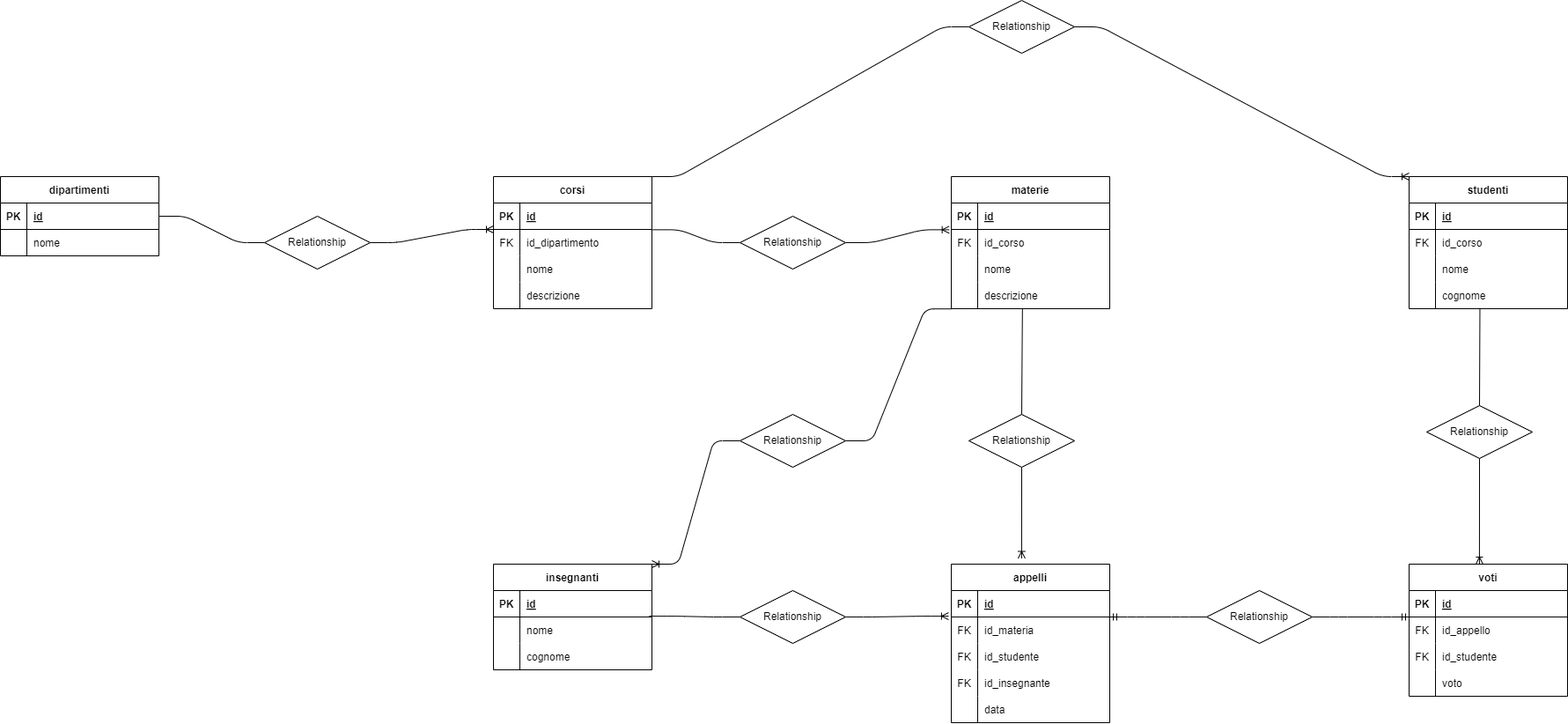
The draw.io diagram schema.png in deca-francesco/db-university, before a commit. Source tidied: cells renumbered, new cells last; positions are measured from the earlier drawing's top-left corner, leaving out a move shared by most shapes.
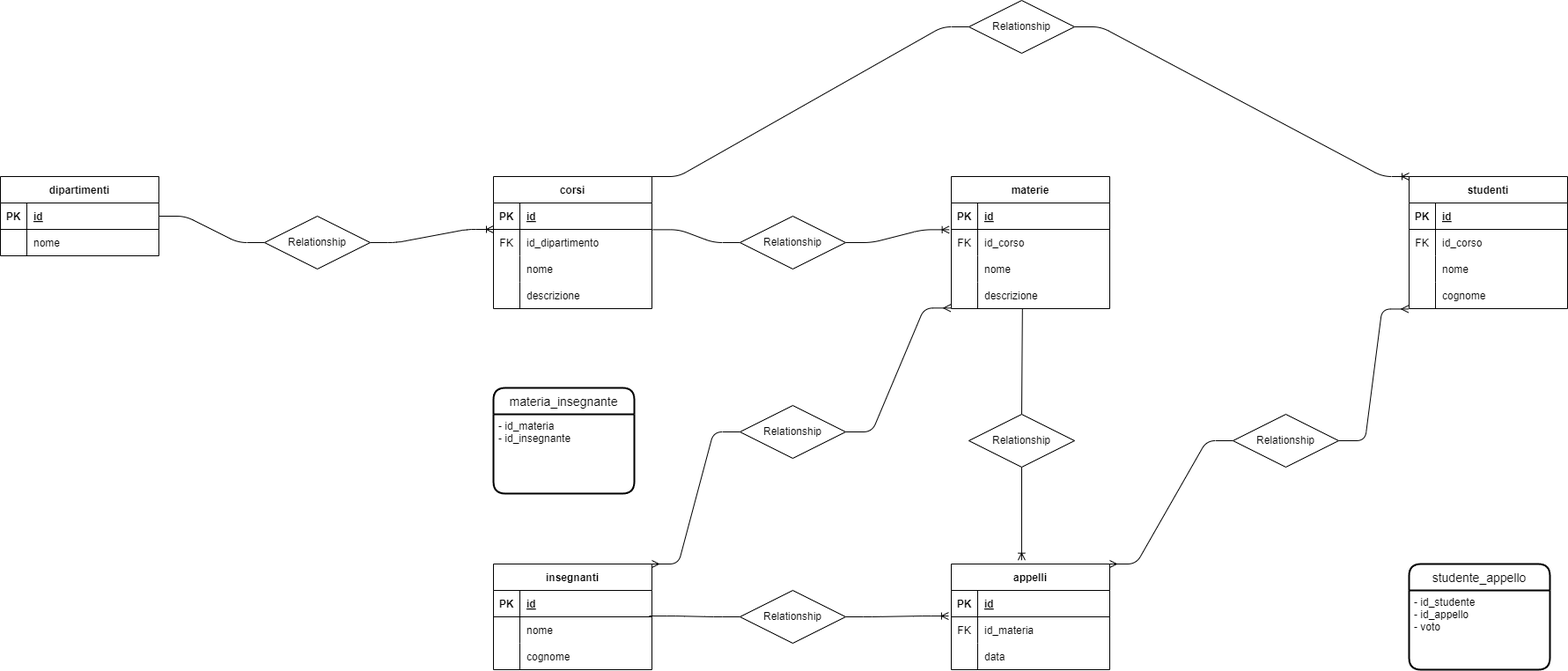
After the commit.

Change to the diagram source:
```diff
@@ -131,47 +131,8 @@
     <mxCell id="44" value="cognome" style="shape=partialRectangle;fillColor=none;top=0;left=0;bottom=0;right=0;align=left;spacingLeft=6;overflow=hidden;" parent="42" vertex="1">
       <mxGeometry x="30" width="150" height="30" as="geometry" />
     </mxCell>
-    <mxCell id="45" value="voti" style="shape=table;startSize=30;rowLines=0;fontStyle=1;align=center;" parent="1" vertex="1">
-      <mxGeometry x="1600" y="640" width="180" height="150" as="geometry" />
-    </mxCell>
-    <mxCell id="46" style="shape=tableRow;horizontal=0;startSize=0;swimlaneHead=0;swimlaneBody=0;fillColor=none;top=0;left=0;right=0;bottom=1;" parent="45" vertex="1">
-      <mxGeometry y="30" width="180" height="30" as="geometry" />
-    </mxCell>
-    <mxCell id="47" value="PK" style="shape=partialRectangle;fillColor=none;top=0;left=0;bottom=0;right=0;fontStyle=1;overflow=hidden;" parent="46" vertex="1">
-      <mxGeometry width="30" height="30" as="geometry" />
-    </mxCell>
-    <mxCell id="48" value="id" style="shape=partialRectangle;fillColor=none;top=0;left=0;bottom=0;right=0;align=left;spacingLeft=6;fontStyle=5;overflow=hidden;" parent="46" vertex="1">
-      <mxGeometry x="30" width="150" height="30" as="geometry" />
-    </mxCell>
-    <mxCell id="49" style="shape=tableRow;horizontal=0;startSize=0;swimlaneHead=0;swimlaneBody=0;fillColor=none;points=[[0,0.5],[1,0.5]];portConstraint=eastwest;top=0;left=0;right=0;bottom=0;" parent="45" vertex="1">
-      <mxGeometry y="60" width="180" height="30" as="geometry" />
-    </mxCell>
-    <mxCell id="50" value="FK" style="shape=partialRectangle;fillColor=none;top=0;left=0;bottom=0;right=0;overflow=hidden;" parent="49" vertex="1">
-      <mxGeometry width="30" height="30" as="geometry" />
-    </mxCell>
-    <mxCell id="51" value="id_appello" style="shape=partialRectangle;fillColor=none;top=0;left=0;bottom=0;right=0;align=left;spacingLeft=6;overflow=hidden;" parent="49" vertex="1">
-      <mxGeometry x="30" width="150" height="30" as="geometry" />
-    </mxCell>
-    <mxCell id="52" style="shape=tableRow;horizontal=0;startSize=0;swimlaneHead=0;swimlaneBody=0;fillColor=none;top=0;left=0;right=0;bottom=0;" parent="45" vertex="1">
-      <mxGeometry y="90" width="180" height="30" as="geometry" />
-    </mxCell>
-    <mxCell id="53" value="FK" style="shape=partialRectangle;fillColor=none;top=0;left=0;bottom=0;right=0;overflow=hidden;" parent="52" vertex="1">
-      <mxGeometry width="30" height="30" as="geometry" />
-    </mxCell>
-    <mxCell id="54" value="id_studente" style="shape=partialRectangle;fillColor=none;top=0;left=0;bottom=0;right=0;align=left;spacingLeft=6;overflow=hidden;" parent="52" vertex="1">
-      <mxGeometry x="30" width="150" height="30" as="geometry" />
-    </mxCell>
-    <mxCell id="55" style="shape=tableRow;horizontal=0;startSize=0;swimlaneHead=0;swimlaneBody=0;fillColor=none;top=0;left=0;right=0;bottom=0;" parent="45" vertex="1">
-      <mxGeometry y="120" width="180" height="30" as="geometry" />
-    </mxCell>
-    <mxCell id="56" style="shape=partialRectangle;fillColor=none;top=0;left=0;bottom=0;right=0;overflow=hidden;" parent="55" vertex="1">
-      <mxGeometry width="30" height="30" as="geometry" />
-    </mxCell>
-    <mxCell id="57" value="voto" style="shape=partialRectangle;fillColor=none;top=0;left=0;bottom=0;right=0;align=left;spacingLeft=6;overflow=hidden;" parent="55" vertex="1">
-      <mxGeometry x="30" width="150" height="30" as="geometry" />
-    </mxCell>
     <mxCell id="58" value="appelli" style="shape=table;startSize=30;rowLines=0;fontStyle=1;align=center;" parent="1" vertex="1">
-      <mxGeometry x="1080" y="640" width="180" height="180" as="geometry" />
+      <mxGeometry x="1080" y="640" width="180" height="120" as="geometry" />
     </mxCell>
     <mxCell id="59" style="shape=tableRow;horizontal=0;startSize=0;swimlaneHead=0;swimlaneBody=0;fillColor=none;points=[[0,0.5],[1,0.5]];portConstraint=eastwest;top=0;left=0;right=0;bottom=1;" parent="58" vertex="1">
       <mxGeometry y="30" width="180" height="30" as="geometry" />
@@ -191,26 +152,8 @@
     <mxCell id="64" value="id_materia" style="shape=partialRectangle;fillColor=none;top=0;left=0;bottom=0;right=0;align=left;spacingLeft=6;overflow=hidden;" parent="62" vertex="1">
       <mxGeometry x="30" width="150" height="30" as="geometry" />
     </mxCell>
-    <mxCell id="65" style="shape=tableRow;horizontal=0;startSize=0;swimlaneHead=0;swimlaneBody=0;fillColor=none;top=0;left=0;right=0;bottom=0;" parent="58" vertex="1">
-      <mxGeometry y="90" width="180" height="30" as="geometry" />
-    </mxCell>
-    <mxCell id="66" value="FK" style="shape=partialRectangle;fillColor=none;top=0;left=0;bottom=0;right=0;overflow=hidden;" parent="65" vertex="1">
-      <mxGeometry width="30" height="30" as="geometry" />
-    </mxCell>
-    <mxCell id="67" value="id_studente" style="shape=partialRectangle;fillColor=none;top=0;left=0;bottom=0;right=0;align=left;spacingLeft=6;overflow=hidden;" parent="65" vertex="1">
-      <mxGeometry x="30" width="150" height="30" as="geometry" />
-    </mxCell>
-    <mxCell id="68" style="shape=tableRow;horizontal=0;startSize=0;swimlaneHead=0;swimlaneBody=0;fillColor=none;top=0;left=0;right=0;bottom=0;" parent="58" vertex="1">
-      <mxGeometry y="120" width="180" height="30" as="geometry" />
-    </mxCell>
-    <mxCell id="69" value="FK" style="shape=partialRectangle;fillColor=none;top=0;left=0;bottom=0;right=0;overflow=hidden;" parent="68" vertex="1">
-      <mxGeometry width="30" height="30" as="geometry" />
-    </mxCell>
-    <mxCell id="70" value="id_insegnante" style="shape=partialRectangle;fillColor=none;top=0;left=0;bottom=0;right=0;align=left;spacingLeft=6;overflow=hidden;" parent="68" vertex="1">
-      <mxGeometry x="30" width="150" height="30" as="geometry" />
-    </mxCell>
     <mxCell id="71" style="shape=tableRow;horizontal=0;startSize=0;swimlaneHead=0;swimlaneBody=0;fillColor=none;top=0;left=0;right=0;bottom=0;" parent="58" vertex="1">
-      <mxGeometry y="150" width="180" height="30" as="geometry" />
+      <mxGeometry y="90" width="180" height="30" as="geometry" />
     </mxCell>
     <mxCell id="72" style="shape=partialRectangle;fillColor=none;top=0;left=0;bottom=0;right=0;overflow=hidden;" parent="71" vertex="1">
       <mxGeometry width="30" height="30" as="geometry" />
@@ -293,35 +236,6 @@
     <mxCell id="98" value="Relationship" style="shape=rhombus;perimeter=rhombusPerimeter;whiteSpace=wrap;html=1;align=center;" parent="1" vertex="1">
       <mxGeometry x="1100" width="120" height="60" as="geometry" />
     </mxCell>
-    <mxCell id="99" style="fontSize=12;html=1;endArrow=ERoneToMany;entryX=0.444;entryY=0;entryDx=0;entryDy=0;entryPerimeter=0;exitX=0.5;exitY=1;exitDx=0;exitDy=0;startArrow=none;" parent="1" edge="1" source="101" target="45">
-      <mxGeometry relative="1" as="geometry" />
-    </mxCell>
-    <mxCell id="100" style="fontSize=12;html=1;endArrow=none;entryX=0.5;entryY=0;entryDx=0;entryDy=0;exitX=0.447;exitY=0.993;exitDx=0;exitDy=0;exitPerimeter=0;" parent="1" edge="1" source="84" target="101">
-      <mxGeometry relative="1" as="geometry" />
-    </mxCell>
-    <mxCell id="101" value="Relationship" style="shape=rhombus;perimeter=rhombusPerimeter;whiteSpace=wrap;html=1;align=center;" parent="1" vertex="1">
-      <mxGeometry x="1620" y="460" width="120" height="60" as="geometry" />
-    </mxCell>
-    <mxCell id="102" style="edgeStyle=entityRelationEdgeStyle;fontSize=12;html=1;endArrow=ERmandOne;startArrow=none;entryX=0;entryY=0;entryDx=0;entryDy=0;entryPerimeter=0;" parent="1" edge="1" source="104" target="49">
-      <mxGeometry relative="1" as="geometry" />
-    </mxCell>
-    <mxCell id="103" style="edgeStyle=entityRelationEdgeStyle;fontSize=12;html=1;endArrow=none;startArrow=ERmandOne;entryX=0;entryY=0.5;entryDx=0;entryDy=0;" parent="1" edge="1" target="104">
-      <mxGeometry relative="1" as="geometry">
-        <mxPoint x="1260" y="700" as="sourcePoint" />
-      </mxGeometry>
-    </mxCell>
-    <mxCell id="104" value="Relationship" style="shape=rhombus;perimeter=rhombusPerimeter;whiteSpace=wrap;html=1;align=center;" parent="1" vertex="1">
-      <mxGeometry x="1370" y="670" width="120" height="60" as="geometry" />
-    </mxCell>
-    <mxCell id="105" style="edgeStyle=entityRelationEdgeStyle;fontSize=12;html=1;endArrow=ERoneToMany;entryX=1;entryY=0;entryDx=0;entryDy=0;exitX=0;exitY=0.5;exitDx=0;exitDy=0;startArrow=none;" parent="1" edge="1" source="107" target="35">
-      <mxGeometry relative="1" as="geometry" />
-    </mxCell>
-    <mxCell id="106" style="edgeStyle=entityRelationEdgeStyle;fontSize=12;html=1;endArrow=none;entryX=1;entryY=0.5;entryDx=0;entryDy=0;exitX=0.001;exitY=1.007;exitDx=0;exitDy=0;exitPerimeter=0;" parent="1" edge="1" source="32" target="107">
-      <mxGeometry relative="1" as="geometry" />
-    </mxCell>
-    <mxCell id="107" value="Relationship" style="shape=rhombus;perimeter=rhombusPerimeter;whiteSpace=wrap;html=1;align=center;" parent="1" vertex="1">
-      <mxGeometry x="840" y="470" width="120" height="60" as="geometry" />
-    </mxCell>
     <mxCell id="108" style="edgeStyle=entityRelationEdgeStyle;fontSize=12;html=1;endArrow=ERoneToMany;entryX=-0.017;entryY=0.969;entryDx=0;entryDy=0;entryPerimeter=0;startArrow=none;" parent="1" edge="1" source="110" target="59">
       <mxGeometry relative="1" as="geometry" />
     </mxCell>
@@ -331,5 +245,35 @@
     <mxCell id="110" value="Relationship" style="shape=rhombus;perimeter=rhombusPerimeter;whiteSpace=wrap;html=1;align=center;" parent="1" vertex="1">
       <mxGeometry x="840" y="670" width="120" height="60" as="geometry" />
     </mxCell>
+    <mxCell id="111" value="materia_insegnante" style="swimlane;horizontal=1;startSize=30;rounded=1;fontSize=14;fontStyle=0;strokeWidth=2;shadow=0;dashed=0;align=center;" parent="1" vertex="1">
+      <mxGeometry x="560" y="440" width="160" height="120" as="geometry" />
+    </mxCell>
+    <mxCell id="112" value="- id_materia&#10;- id_insegnante" style="align=left;strokeColor=none;fillColor=none;spacingLeft=4;fontSize=12;verticalAlign=top;" parent="111" vertex="1">
+      <mxGeometry y="30" width="160" height="90" as="geometry" />
+    </mxCell>
+    <mxCell id="113" style="edgeStyle=entityRelationEdgeStyle;fontSize=12;html=1;endArrow=ERmany;startArrow=none;entryX=-0.004;entryY=0.978;entryDx=0;entryDy=0;entryPerimeter=0;exitX=1;exitY=0.5;exitDx=0;exitDy=0;" parent="1" edge="1" source="115" target="32">
+      <mxGeometry relative="1" as="geometry" />
+    </mxCell>
+    <mxCell id="114" style="edgeStyle=entityRelationEdgeStyle;fontSize=12;html=1;endArrow=none;startArrow=ERmany;entryX=0;entryY=0.5;entryDx=0;entryDy=0;exitX=1;exitY=0;exitDx=0;exitDy=0;" parent="1" edge="1" source="35" target="115">
+      <mxGeometry relative="1" as="geometry" />
+    </mxCell>
+    <mxCell id="115" value="Relationship" style="shape=rhombus;perimeter=rhombusPerimeter;whiteSpace=wrap;html=1;align=center;" parent="1" vertex="1">
+      <mxGeometry x="840" y="460" width="120" height="60" as="geometry" />
+    </mxCell>
+    <mxCell id="116" value="studente_appello" style="swimlane;horizontal=1;startSize=30;rounded=1;fontSize=14;fontStyle=0;strokeWidth=2;shadow=0;dashed=0;align=center;" parent="1" vertex="1">
+      <mxGeometry x="1600" y="640" width="160" height="120" as="geometry" />
+    </mxCell>
+    <mxCell id="117" value="- id_studente&#10;- id_appello&#10;- voto" style="align=left;strokeColor=none;fillColor=none;spacingLeft=4;fontSize=12;verticalAlign=top;" parent="116" vertex="1">
+      <mxGeometry y="30" width="160" height="90" as="geometry" />
+    </mxCell>
+    <mxCell id="118" style="edgeStyle=entityRelationEdgeStyle;fontSize=12;html=1;endArrow=ERmany;startArrow=none;entryX=-0.004;entryY=1.015;entryDx=0;entryDy=0;entryPerimeter=0;exitX=1;exitY=0.5;exitDx=0;exitDy=0;" parent="1" edge="1" source="104" target="84">
+      <mxGeometry relative="1" as="geometry" />
+    </mxCell>
+    <mxCell id="119" style="edgeStyle=entityRelationEdgeStyle;fontSize=12;html=1;endArrow=none;startArrow=ERmany;entryX=0;entryY=0.5;entryDx=0;entryDy=0;exitX=1;exitY=0;exitDx=0;exitDy=0;" parent="1" edge="1" source="58" target="104">
+      <mxGeometry relative="1" as="geometry" />
+    </mxCell>
+    <mxCell id="104" value="Relationship" style="shape=rhombus;perimeter=rhombusPerimeter;whiteSpace=wrap;html=1;align=center;" parent="1" vertex="1">
+      <mxGeometry x="1400" y="470" width="120" height="60" as="geometry" />
+    </mxCell>
   </root>
 </mxGraphModel>
```
